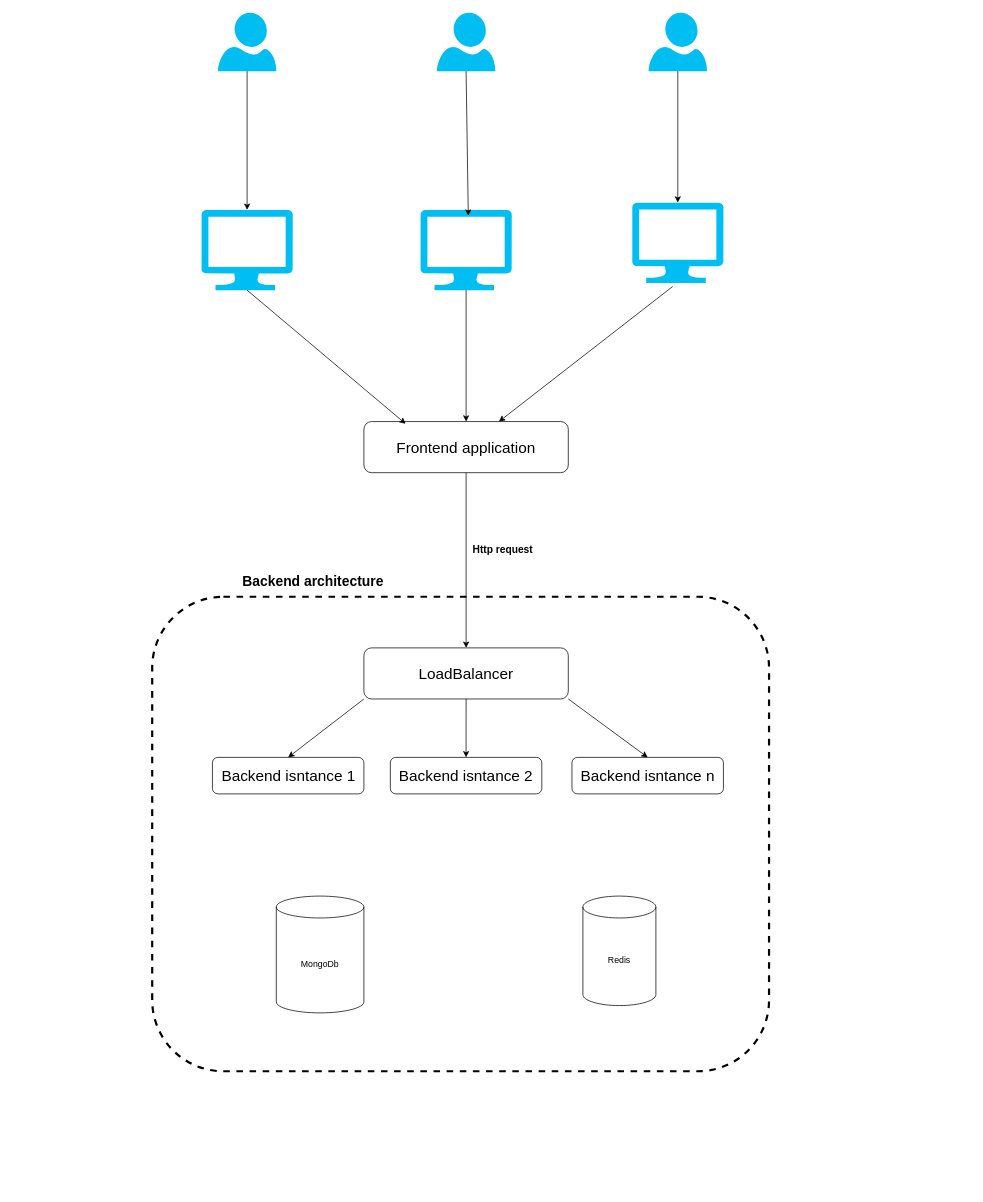
AGranosik/LetChooseTeams keeps this draw.io diagram as images/v2/v2_architecture.drawio. Above is the earlier version. Source tidied: cells renumbered, new cells numbered last; positions are measured from the earlier drawing's top-left corner, leaving out a move shared by most shapes. Both pictures are drawn from the tidied source at 73%, with x=0, y=0 at pixel (152, 12).
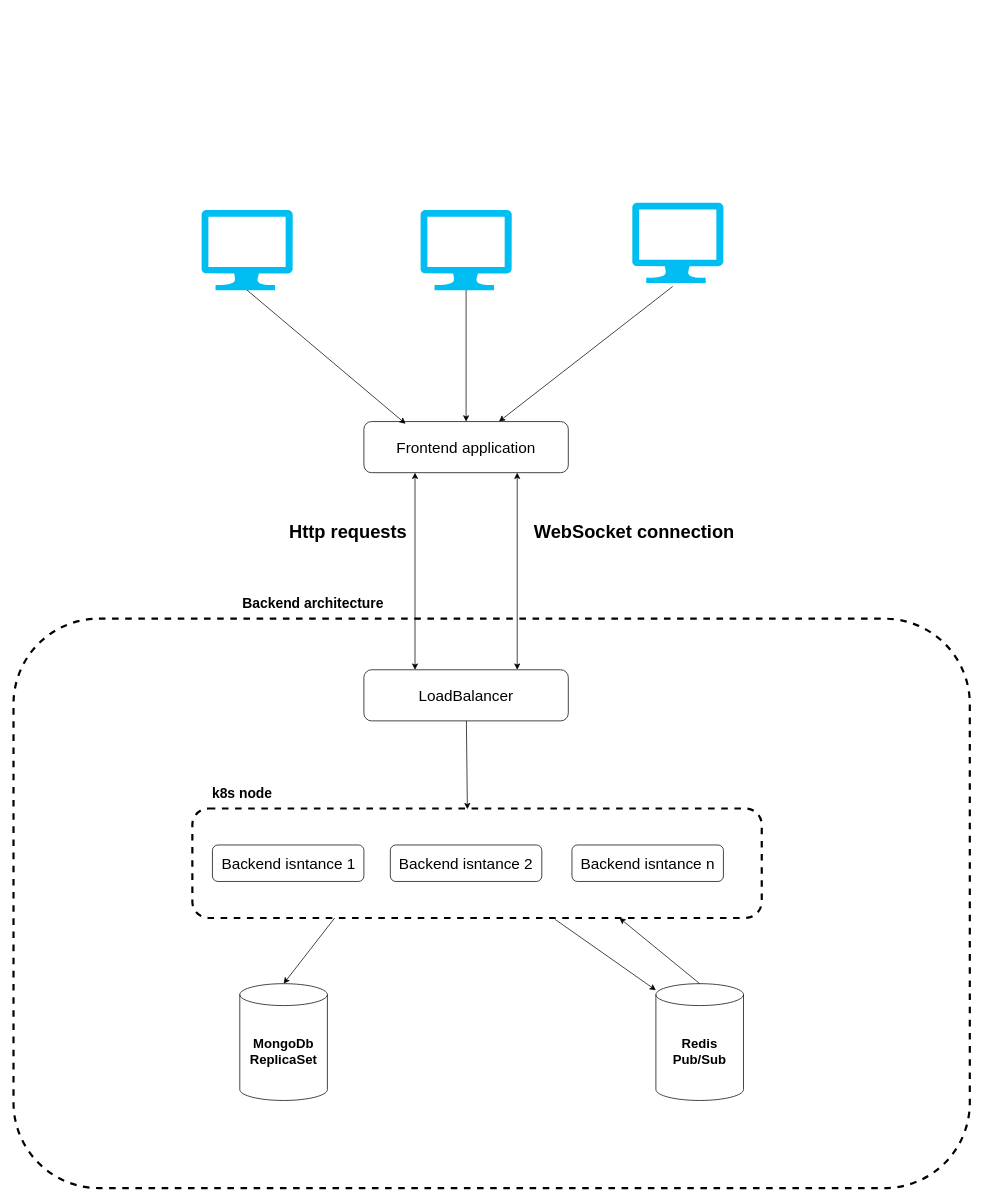
After the change.

Commit message (it also covers changes not shown here):
applicatio narchitecture documentation

Unchanged cells that the change refers to:
```xml
<mxCell id="6" style="verticalLabelPosition=bottom;html=1;verticalAlign=top;align=center;strokeColor=none;fillColor=#00BEF2;shape=mxgraph.azure.computer;" parent="1" vertex="1">
  <mxGeometry x="367.5" y="270" width="125" height="110" as="geometry" />
</mxCell>
<mxCell id="10" value="&lt;font style=&quot;font-size: 21px;&quot;&gt;&lt;font style=&quot;font-size: 21px;&quot;&gt;Frontend &lt;/font&gt;application&lt;/font&gt;" style="rounded=1;whiteSpace=wrap;html=1;strokeColor=#000000;" parent="1" vertex="1">
  <mxGeometry x="290" y="560" width="280" height="70" as="geometry" />
</mxCell>
<mxCell id="12" style="verticalLabelPosition=bottom;html=1;verticalAlign=top;align=center;strokeColor=none;fillColor=#00BEF2;shape=mxgraph.azure.computer;" parent="1" vertex="1">
  <mxGeometry x="67.5" y="270" width="125" height="110" as="geometry" />
</mxCell>
<mxCell id="13" style="verticalLabelPosition=bottom;html=1;verticalAlign=top;align=center;strokeColor=none;fillColor=#00BEF2;shape=mxgraph.azure.computer;" parent="1" vertex="1">
  <mxGeometry x="657.5" y="260" width="125" height="110" as="geometry" />
</mxCell>
```

The edit, as a diff of the source:
```diff
@@
-    <mxCell id="2" style="verticalLabelPosition=bottom;html=1;verticalAlign=top;align=center;strokeColor=none;fillColor=#00BEF2;shape=mxgraph.azure.user;" parent="1" vertex="1">
-      <mxGeometry x="680" width="80" height="80" as="geometry" />
-    </mxCell>
-    <mxCell id="3" style="verticalLabelPosition=bottom;html=1;verticalAlign=top;align=center;strokeColor=none;fillColor=#00BEF2;shape=mxgraph.azure.user;" parent="1" vertex="1">
-      <mxGeometry x="390" width="80" height="80" as="geometry" />
-    </mxCell>
-    <mxCell id="4" style="verticalLabelPosition=bottom;html=1;verticalAlign=top;align=center;strokeColor=none;fillColor=#00BEF2;shape=mxgraph.azure.user;" parent="1" vertex="1">
-      <mxGeometry x="90" width="80" height="80" as="geometry" />
-    </mxCell>
     <mxCell id="5" style="rounded=1;whiteSpace=wrap;html=1;dashed=1;fillColor=none;strokeWidth=3;" parent="1" vertex="1">
-      <mxGeometry y="800" width="845" height="650" as="geometry" />
+      <mxGeometry x="-190" y="830" width="1310" height="780" as="geometry" />
     </mxCell>
@@
-    <mxCell id="7" style="endArrow=classic;html=1;rounded=0;exitX=0.5;exitY=1;exitDx=0;exitDy=0;exitPerimeter=0;entryX=0.5;entryY=0;entryDx=0;entryDy=0;entryPerimeter=0;" parent="1" edge="1" source="4" target="12">
-      <mxGeometry relative="1" as="geometry" />
-    </mxCell>
-    <mxCell id="8" style="endArrow=classic;html=1;rounded=0;exitX=0.5;exitY=1;exitDx=0;exitDy=0;exitPerimeter=0;entryX=0.524;entryY=0.073;entryDx=0;entryDy=0;entryPerimeter=0;" parent="1" edge="1" source="3" target="6">
-      <mxGeometry relative="1" as="geometry" />
-    </mxCell>
-    <mxCell id="9" style="endArrow=classic;html=1;rounded=0;entryX=0.5;entryY=0;entryDx=0;entryDy=0;entryPerimeter=0;exitX=0.5;exitY=1;exitDx=0;exitDy=0;exitPerimeter=0;" parent="1" edge="1" source="2" target="13">
-      <mxGeometry relative="1" as="geometry" />
-    </mxCell>
@@
-    <mxCell id="11" style="endArrow=classic;html=1;rounded=0;exitX=0.5;exitY=1;exitDx=0;exitDy=0;" parent="1" edge="1" source="10" target="18">
-      <mxGeometry relative="1" as="geometry" />
-    </mxCell>
@@
     <mxCell id="17" value="&lt;font style=&quot;font-size: 19px;&quot;&gt;&lt;b&gt;Backend architecture&lt;/b&gt;&lt;/font&gt;" style="text;html=1;align=center;verticalAlign=middle;strokeColor=none;fillColor=none;" parent="1" vertex="1">
-      <mxGeometry x="110" y="760" width="220" height="40" as="geometry" />
+      <mxGeometry x="110" y="790" width="220" height="40" as="geometry" />
     </mxCell>
     <mxCell id="18" value="&lt;span style=&quot;font-size: 21px;&quot;&gt;LoadBalancer&lt;br&gt;&lt;/span&gt;" style="rounded=1;whiteSpace=wrap;html=1;strokeColor=#000000;" parent="1" vertex="1">
-      <mxGeometry x="290" y="870" width="280" height="70" as="geometry" />
+      <mxGeometry x="290" y="900" width="280" height="70" as="geometry" />
     </mxCell>
-    <mxCell id="19" value="&lt;font style=&quot;font-size: 14px;&quot;&gt;&lt;b&gt;Http request&lt;/b&gt;&lt;/font&gt;" style="text;html=1;align=center;verticalAlign=middle;strokeColor=none;fillColor=none;" parent="1" vertex="1">
-      <mxGeometry x="425" y="720" width="110" height="30" as="geometry" />
+    <mxCell id="19" value="&lt;font size=&quot;1&quot; style=&quot;&quot;&gt;&lt;b style=&quot;font-size: 25px;&quot;&gt;Http requests&lt;/b&gt;&lt;/font&gt;" style="text;html=1;align=center;verticalAlign=middle;strokeColor=none;fillColor=none;" parent="1" vertex="1">
+      <mxGeometry x="177.5" y="690" width="180" height="40" as="geometry" />
     </mxCell>
-    <mxCell id="20" value="MongoDb" style="shape=cylinder3;whiteSpace=wrap;html=1;boundedLbl=1;backgroundOutline=1;size=15;" parent="1" vertex="1">
-      <mxGeometry x="170" y="1210" width="120" height="160" as="geometry" />
+    <mxCell id="20" value="&lt;font style=&quot;font-size: 18px;&quot;&gt;&lt;b&gt;MongoDb&lt;br&gt;ReplicaSet&lt;br&gt;&lt;/b&gt;&lt;/font&gt;" style="shape=cylinder3;whiteSpace=wrap;html=1;boundedLbl=1;backgroundOutline=1;size=15;" parent="1" vertex="1">
+      <mxGeometry x="120" y="1330" width="120" height="160" as="geometry" />
     </mxCell>
     <mxCell id="21" value="&lt;span style=&quot;font-size: 21px;&quot;&gt;Backend isntance n&lt;/span&gt;" style="rounded=1;whiteSpace=wrap;html=1;strokeColor=#000000;" parent="1" vertex="1">
-      <mxGeometry x="575" y="1020" width="207.5" height="50" as="geometry" />
+      <mxGeometry x="575" y="1140" width="207.5" height="50" as="geometry" />
     </mxCell>
     <mxCell id="22" value="&lt;span style=&quot;font-size: 21px;&quot;&gt;Backend isntance 2&lt;/span&gt;" style="rounded=1;whiteSpace=wrap;html=1;strokeColor=#000000;" parent="1" vertex="1">
-      <mxGeometry x="326.2" y="1020" width="207.5" height="50" as="geometry" />
+      <mxGeometry x="326.2" y="1140" width="207.5" height="50" as="geometry" />
     </mxCell>
     <mxCell id="23" value="&lt;span style=&quot;font-size: 21px;&quot;&gt;Backend isntance 1&lt;/span&gt;" style="rounded=1;whiteSpace=wrap;html=1;strokeColor=#000000;" parent="1" vertex="1">
-      <mxGeometry x="82.5" y="1020" width="207.5" height="50" as="geometry" />
+      <mxGeometry x="82.5" y="1140" width="207.5" height="50" as="geometry" />
     </mxCell>
-    <mxCell id="24" style="endArrow=classic;html=1;rounded=0;entryX=0.5;entryY=0;entryDx=0;entryDy=0;exitX=1;exitY=1;exitDx=0;exitDy=0;" parent="1" edge="1" source="18" target="21">
-      <mxGeometry relative="1" as="geometry" />
-    </mxCell>
-    <mxCell id="25" style="endArrow=classic;html=1;rounded=0;exitX=0;exitY=1;exitDx=0;exitDy=0;entryX=0.5;entryY=0;entryDx=0;entryDy=0;" parent="1" edge="1" source="18" target="23">
-      <mxGeometry relative="1" as="geometry" />
-    </mxCell>
-    <mxCell id="26" style="endArrow=classic;html=1;rounded=0;exitX=0.5;exitY=1;exitDx=0;exitDy=0;entryX=0.5;entryY=0;entryDx=0;entryDy=0;" parent="1" edge="1" source="18" target="22">
-      <mxGeometry relative="1" as="geometry" />
-    </mxCell>
-    <mxCell id="27" value="Redis" style="shape=cylinder3;whiteSpace=wrap;html=1;boundedLbl=1;backgroundOutline=1;size=15;" parent="1" vertex="1">
-      <mxGeometry x="590" y="1210" width="100" height="150" as="geometry" />
-    </mxCell>
+    <mxCell id="28" style="endArrow=classic;startArrow=classic;html=1;rounded=0;entryX=0.25;entryY=1;entryDx=0;entryDy=0;exitX=0.25;exitY=0;exitDx=0;exitDy=0;" parent="1" edge="1" source="18" target="10">
+      <mxGeometry relative="1" as="geometry" />
+    </mxCell>
+    <mxCell id="29" value="&lt;font style=&quot;font-size: 18px;&quot;&gt;&lt;b&gt;Redis Pub/Sub&lt;br&gt;&lt;/b&gt;&lt;/font&gt;" style="shape=cylinder3;whiteSpace=wrap;html=1;boundedLbl=1;backgroundOutline=1;size=15;" parent="1" vertex="1">
+      <mxGeometry x="690" y="1330" width="120" height="160" as="geometry" />
+    </mxCell>
+    <mxCell id="30" style="rounded=1;whiteSpace=wrap;html=1;dashed=1;fillColor=none;strokeWidth=3;" parent="1" vertex="1">
+      <mxGeometry x="55" y="1090" width="780" height="150" as="geometry" />
+    </mxCell>
+    <mxCell id="31" style="endArrow=classic;html=1;rounded=0;entryX=0.483;entryY=0.007;entryDx=0;entryDy=0;entryPerimeter=0;" parent="1" edge="1" source="18" target="30">
+      <mxGeometry relative="1" as="geometry" />
+    </mxCell>
+    <mxCell id="32" style="endArrow=classic;html=1;rounded=0;exitX=0.25;exitY=1;exitDx=0;exitDy=0;entryX=0.5;entryY=0;entryDx=0;entryDy=0;entryPerimeter=0;" parent="1" edge="1" source="30" target="20">
+      <mxGeometry relative="1" as="geometry" />
+    </mxCell>
+    <mxCell id="33" value="&lt;font style=&quot;font-size: 19px;&quot;&gt;&lt;b&gt;k8s node&lt;/b&gt;&lt;/font&gt;" style="text;html=1;align=center;verticalAlign=middle;strokeColor=none;fillColor=none;" parent="1" vertex="1">
+      <mxGeometry x="67.5" y="1050" width="110" height="40" as="geometry" />
+    </mxCell>
+    <mxCell id="34" style="endArrow=classic;html=1;rounded=0;entryX=0;entryY=0.056;entryDx=0;entryDy=0;entryPerimeter=0;exitX=0.637;exitY=1.013;exitDx=0;exitDy=0;exitPerimeter=0;" parent="1" edge="1" source="30" target="29">
+      <mxGeometry relative="1" as="geometry" />
+    </mxCell>
+    <mxCell id="35" style="endArrow=classic;html=1;rounded=0;entryX=0.75;entryY=1;entryDx=0;entryDy=0;exitX=0.5;exitY=0;exitDx=0;exitDy=0;exitPerimeter=0;" parent="1" edge="1" source="29" target="30">
+      <mxGeometry relative="1" as="geometry" />
+    </mxCell>
+    <mxCell id="36" value="&lt;font size=&quot;1&quot; style=&quot;&quot;&gt;&lt;b style=&quot;font-size: 25px;&quot;&gt;WebSocket connection&lt;/b&gt;&lt;/font&gt;" style="text;html=1;align=center;verticalAlign=middle;strokeColor=none;fillColor=none;" parent="1" vertex="1">
+      <mxGeometry x="510" y="690" width="300" height="40" as="geometry" />
+    </mxCell>
+    <mxCell id="37" style="endArrow=classic;startArrow=classic;html=1;rounded=0;entryX=0.75;entryY=1;entryDx=0;entryDy=0;exitX=0.75;exitY=0;exitDx=0;exitDy=0;" parent="1" edge="1" source="18" target="10">
+      <mxGeometry relative="1" as="geometry" />
+    </mxCell>
```
